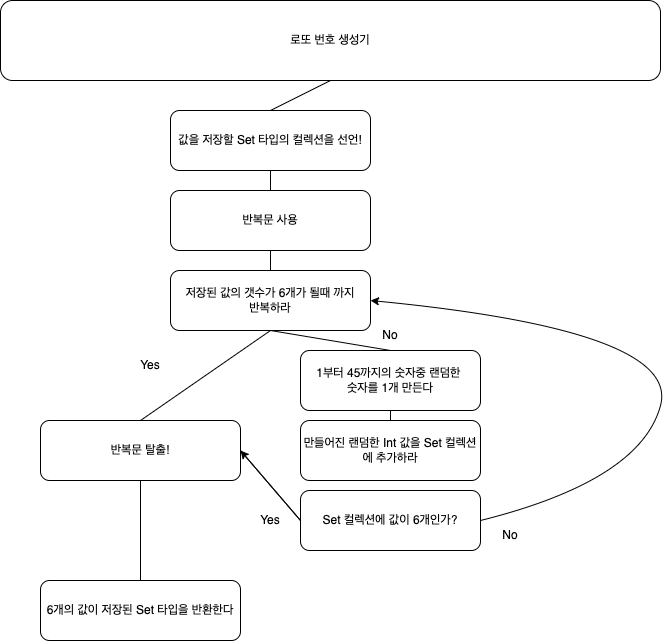
The draw.io diagram 로또!.png.png in yagom-academy/swift-starter-Round2, before a commit. Source tidied: cells renumbered, new cells last; positions are measured from the earlier drawing's top-left corner, leaving out a move shared by most shapes. Its diagram source:
```xml
<mxGraphModel>
  <root>
    <mxCell id="0" />
    <mxCell id="1" parent="0" />
    <mxCell id="2" value="로또 번호 생성기" style="rounded=1;whiteSpace=wrap;html=1;" parent="1" vertex="1">
      <mxGeometry width="660" height="80" as="geometry" />
    </mxCell>
    <mxCell id="3" value="값을 저장할 Set 타입의 컬렉션을 선언!" style="rounded=1;whiteSpace=wrap;html=1;" parent="1" vertex="1">
      <mxGeometry x="170" y="110" width="200" height="60" as="geometry" />
    </mxCell>
    <mxCell id="4" value="반복문 사용" style="rounded=1;whiteSpace=wrap;html=1;" parent="1" vertex="1">
      <mxGeometry x="170" y="190" width="200" height="60" as="geometry" />
    </mxCell>
    <mxCell id="5" value="저장된 값의 갯수가 6개가 될때 까지&lt;br&gt;반복하라" style="rounded=1;whiteSpace=wrap;html=1;" parent="1" vertex="1">
      <mxGeometry x="170" y="270" width="200" height="60" as="geometry" />
    </mxCell>
    <mxCell id="6" value="반복문 탈출!" style="rounded=1;whiteSpace=wrap;html=1;" parent="1" vertex="1">
      <mxGeometry x="40" y="420" width="200" height="60" as="geometry" />
    </mxCell>
    <mxCell id="7" value="1부터 45까지의 숫자중 랜덤한&amp;nbsp;&lt;br&gt;숫자를 1개 만든다" style="rounded=1;whiteSpace=wrap;html=1;" parent="1" vertex="1">
      <mxGeometry x="300" y="350" width="180" height="60" as="geometry" />
    </mxCell>
    <mxCell id="8" value="만들어진 랜덤한 Int 값을 Set 컬렉션에 추가하라" style="rounded=1;whiteSpace=wrap;html=1;" parent="1" vertex="1">
      <mxGeometry x="300" y="420" width="180" height="60" as="geometry" />
    </mxCell>
    <mxCell id="9" value="Set 컬렉션에 값이 6개인가?" style="rounded=1;whiteSpace=wrap;html=1;" parent="1" vertex="1">
      <mxGeometry x="300" y="490" width="180" height="60" as="geometry" />
    </mxCell>
    <mxCell id="10" style="endArrow=none;html=1;rounded=0;entryX=0.5;entryY=1;entryDx=0;entryDy=0;" parent="1" edge="1" target="3">
      <mxGeometry relative="1" as="geometry">
        <mxPoint x="270" y="190" as="sourcePoint" />
      </mxGeometry>
    </mxCell>
    <mxCell id="11" style="endArrow=none;html=1;rounded=0;entryX=0.5;entryY=1;entryDx=0;entryDy=0;exitX=0.5;exitY=0;exitDx=0;exitDy=0;" parent="1" edge="1" source="5" target="4">
      <mxGeometry relative="1" as="geometry" />
    </mxCell>
    <mxCell id="12" style="endArrow=none;html=1;rounded=0;entryX=0.5;entryY=1;entryDx=0;entryDy=0;exitX=0.5;exitY=0;exitDx=0;exitDy=0;" parent="1" edge="1" source="6" target="5">
      <mxGeometry relative="1" as="geometry" />
    </mxCell>
    <mxCell id="13" style="endArrow=none;html=1;rounded=0;entryX=0.5;entryY=1;entryDx=0;entryDy=0;exitX=0.5;exitY=0;exitDx=0;exitDy=0;" parent="1" edge="1" source="7" target="5">
      <mxGeometry relative="1" as="geometry" />
    </mxCell>
    <mxCell id="14" style="endArrow=none;html=1;rounded=0;entryX=0.5;entryY=1;entryDx=0;entryDy=0;exitX=0.5;exitY=0;exitDx=0;exitDy=0;" parent="1" edge="1" source="8" target="7">
      <mxGeometry relative="1" as="geometry" />
    </mxCell>
    <mxCell id="15" style="endArrow=none;html=1;rounded=0;exitX=1;exitY=0.5;exitDx=0;exitDy=0;entryX=0;entryY=0.5;entryDx=0;entryDy=0;" parent="1" edge="1" source="6" target="9">
      <mxGeometry relative="1" as="geometry" />
    </mxCell>
    <mxCell id="16" style="curved=1;endArrow=classic;html=1;rounded=0;exitX=1;exitY=0.5;exitDx=0;exitDy=0;entryX=1;entryY=0.5;entryDx=0;entryDy=0;" parent="1" edge="1" source="9" target="5">
      <mxGeometry relative="1" as="geometry">
        <Array as="points">
          <mxPoint x="640" y="480" />
          <mxPoint x="680" y="330" />
        </Array>
      </mxGeometry>
    </mxCell>
    <mxCell id="17" value="6개의 값이 저장된 Set 타입을 반환한다" style="rounded=1;whiteSpace=wrap;html=1;" parent="1" vertex="1">
      <mxGeometry x="40" y="580" width="200" height="60" as="geometry" />
    </mxCell>
    <mxCell id="18" value="No" style="text;html=1;strokeColor=none;fillColor=none;align=center;verticalAlign=middle;whiteSpace=wrap;rounded=0;" parent="1" vertex="1">
      <mxGeometry x="360" y="320" width="60" height="30" as="geometry" />
    </mxCell>
    <mxCell id="19" value="Yes" style="text;html=1;strokeColor=none;fillColor=none;align=center;verticalAlign=middle;whiteSpace=wrap;rounded=0;" parent="1" vertex="1">
      <mxGeometry x="120" y="350" width="60" height="30" as="geometry" />
    </mxCell>
    <mxCell id="20" style="endArrow=classic;html=1;rounded=0;entryX=1;entryY=0.5;entryDx=0;entryDy=0;exitX=0;exitY=0.5;exitDx=0;exitDy=0;" parent="1" edge="1" source="9" target="6">
      <mxGeometry relative="1" as="geometry" />
    </mxCell>
    <mxCell id="21" value="Yes" style="text;html=1;strokeColor=none;fillColor=none;align=center;verticalAlign=middle;whiteSpace=wrap;rounded=0;" parent="1" vertex="1">
      <mxGeometry x="240" y="505" width="60" height="30" as="geometry" />
    </mxCell>
    <mxCell id="22" value="No" style="text;html=1;strokeColor=none;fillColor=none;align=center;verticalAlign=middle;whiteSpace=wrap;rounded=0;" parent="1" vertex="1">
      <mxGeometry x="480" y="520" width="60" height="30" as="geometry" />
    </mxCell>
    <mxCell id="23" style="endArrow=none;html=1;rounded=0;entryX=0.5;entryY=1;entryDx=0;entryDy=0;exitX=0.5;exitY=0;exitDx=0;exitDy=0;" parent="1" edge="1" source="3" target="2">
      <mxGeometry relative="1" as="geometry" />
    </mxCell>
    <mxCell id="24" style="endArrow=none;html=1;rounded=0;exitX=0.5;exitY=1;exitDx=0;exitDy=0;entryX=0.5;entryY=0;entryDx=0;entryDy=0;" parent="1" edge="1" source="6" target="17">
      <mxGeometry relative="1" as="geometry" />
    </mxCell>
  </root>
</mxGraphModel>
```
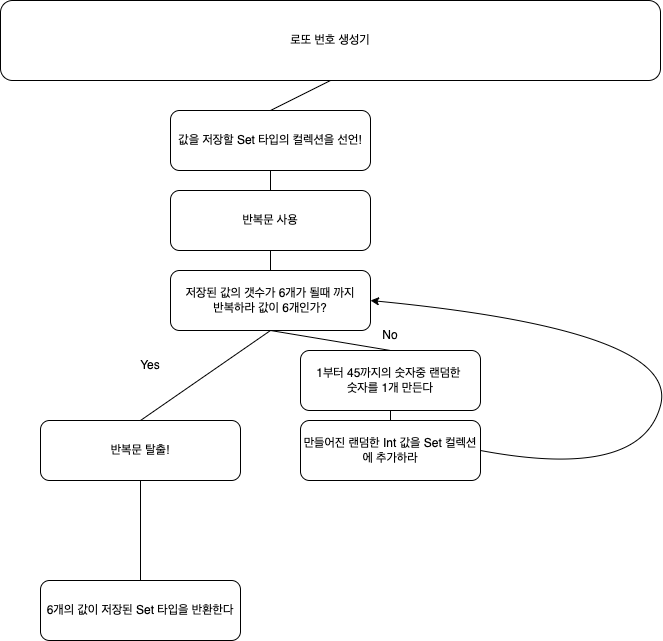
Later version of the same file.

Commit message:
Docs: 순서도 최종 수정본

The edit, as a diff of the source:
```diff
@@ -11,7 +11,7 @@
     <mxCell id="4" value="반복문 사용" style="rounded=1;whiteSpace=wrap;html=1;" parent="1" vertex="1">
       <mxGeometry x="170" y="190" width="200" height="60" as="geometry" />
     </mxCell>
-    <mxCell id="5" value="저장된 값의 갯수가 6개가 될때 까지&lt;br&gt;반복하라" style="rounded=1;whiteSpace=wrap;html=1;" parent="1" vertex="1">
+    <mxCell id="5" value="저장된 값의 갯수가 6개가 될때 까지&lt;br&gt;반복하라 값이 6개인가?" style="rounded=1;whiteSpace=wrap;html=1;" parent="1" vertex="1">
       <mxGeometry x="170" y="270" width="200" height="60" as="geometry" />
     </mxCell>
     <mxCell id="6" value="반복문 탈출!" style="rounded=1;whiteSpace=wrap;html=1;" parent="1" vertex="1">
@@ -23,8 +23,8 @@
     <mxCell id="8" value="만들어진 랜덤한 Int 값을 Set 컬렉션에 추가하라" style="rounded=1;whiteSpace=wrap;html=1;" parent="1" vertex="1">
       <mxGeometry x="300" y="420" width="180" height="60" as="geometry" />
     </mxCell>
-    <mxCell id="9" value="Set 컬렉션에 값이 6개인가?" style="rounded=1;whiteSpace=wrap;html=1;" parent="1" vertex="1">
-      <mxGeometry x="300" y="490" width="180" height="60" as="geometry" />
+    <mxCell id="9" style="rounded=1;whiteSpace=wrap;html=1;" parent="1" vertex="1">
+      <mxGeometry x="430" y="620" height="10" as="geometry" />
     </mxCell>
     <mxCell id="10" style="endArrow=none;html=1;rounded=0;entryX=0.5;entryY=1;entryDx=0;entryDy=0;" parent="1" edge="1" target="3">
       <mxGeometry relative="1" as="geometry">
@@ -43,10 +43,10 @@
     <mxCell id="14" style="endArrow=none;html=1;rounded=0;entryX=0.5;entryY=1;entryDx=0;entryDy=0;exitX=0.5;exitY=0;exitDx=0;exitDy=0;" parent="1" edge="1" source="8" target="7">
       <mxGeometry relative="1" as="geometry" />
     </mxCell>
-    <mxCell id="15" style="endArrow=none;html=1;rounded=0;exitX=1;exitY=0.5;exitDx=0;exitDy=0;entryX=0;entryY=0.5;entryDx=0;entryDy=0;" parent="1" edge="1" source="6" target="9">
+    <mxCell id="15" style="endArrow=none;html=1;rounded=0;entryX=0;entryY=0.5;entryDx=0;entryDy=0;exitX=0;exitY=0.5;exitDx=0;exitDy=0;" parent="1" edge="1" source="9" target="9">
       <mxGeometry relative="1" as="geometry" />
     </mxCell>
-    <mxCell id="16" style="curved=1;endArrow=classic;html=1;rounded=0;exitX=1;exitY=0.5;exitDx=0;exitDy=0;entryX=1;entryY=0.5;entryDx=0;entryDy=0;" parent="1" edge="1" source="9" target="5">
+    <mxCell id="16" style="curved=1;endArrow=classic;html=1;rounded=0;exitX=1;exitY=0.5;exitDx=0;exitDy=0;entryX=1;entryY=0.5;entryDx=0;entryDy=0;" parent="1" edge="1" source="8" target="5">
       <mxGeometry relative="1" as="geometry">
         <Array as="points">
           <mxPoint x="640" y="480" />
@@ -63,15 +63,11 @@
     <mxCell id="19" value="Yes" style="text;html=1;strokeColor=none;fillColor=none;align=center;verticalAlign=middle;whiteSpace=wrap;rounded=0;" parent="1" vertex="1">
       <mxGeometry x="120" y="350" width="60" height="30" as="geometry" />
     </mxCell>
-    <mxCell id="20" style="endArrow=classic;html=1;rounded=0;entryX=1;entryY=0.5;entryDx=0;entryDy=0;exitX=0;exitY=0.5;exitDx=0;exitDy=0;" parent="1" edge="1" source="9" target="6">
-      <mxGeometry relative="1" as="geometry" />
+    <mxCell id="20" style="endArrow=classic;html=1;rounded=0;entryX=1;entryY=0.5;entryDx=0;entryDy=0;" parent="1" edge="1" target="6">
+      <mxGeometry relative="1" as="geometry">
+        <mxPoint x="240" y="450" as="sourcePoint" />
+      </mxGeometry>
     </mxCell>
-    <mxCell id="21" value="Yes" style="text;html=1;strokeColor=none;fillColor=none;align=center;verticalAlign=middle;whiteSpace=wrap;rounded=0;" parent="1" vertex="1">
-      <mxGeometry x="240" y="505" width="60" height="30" as="geometry" />
-    </mxCell>
-    <mxCell id="22" value="No" style="text;html=1;strokeColor=none;fillColor=none;align=center;verticalAlign=middle;whiteSpace=wrap;rounded=0;" parent="1" vertex="1">
-      <mxGeometry x="480" y="520" width="60" height="30" as="geometry" />
-    </mxCell>
     <mxCell id="23" style="endArrow=none;html=1;rounded=0;entryX=0.5;entryY=1;entryDx=0;entryDy=0;exitX=0.5;exitY=0;exitDx=0;exitDy=0;" parent="1" edge="1" source="3" target="2">
       <mxGeometry relative="1" as="geometry" />
     </mxCell>
```
